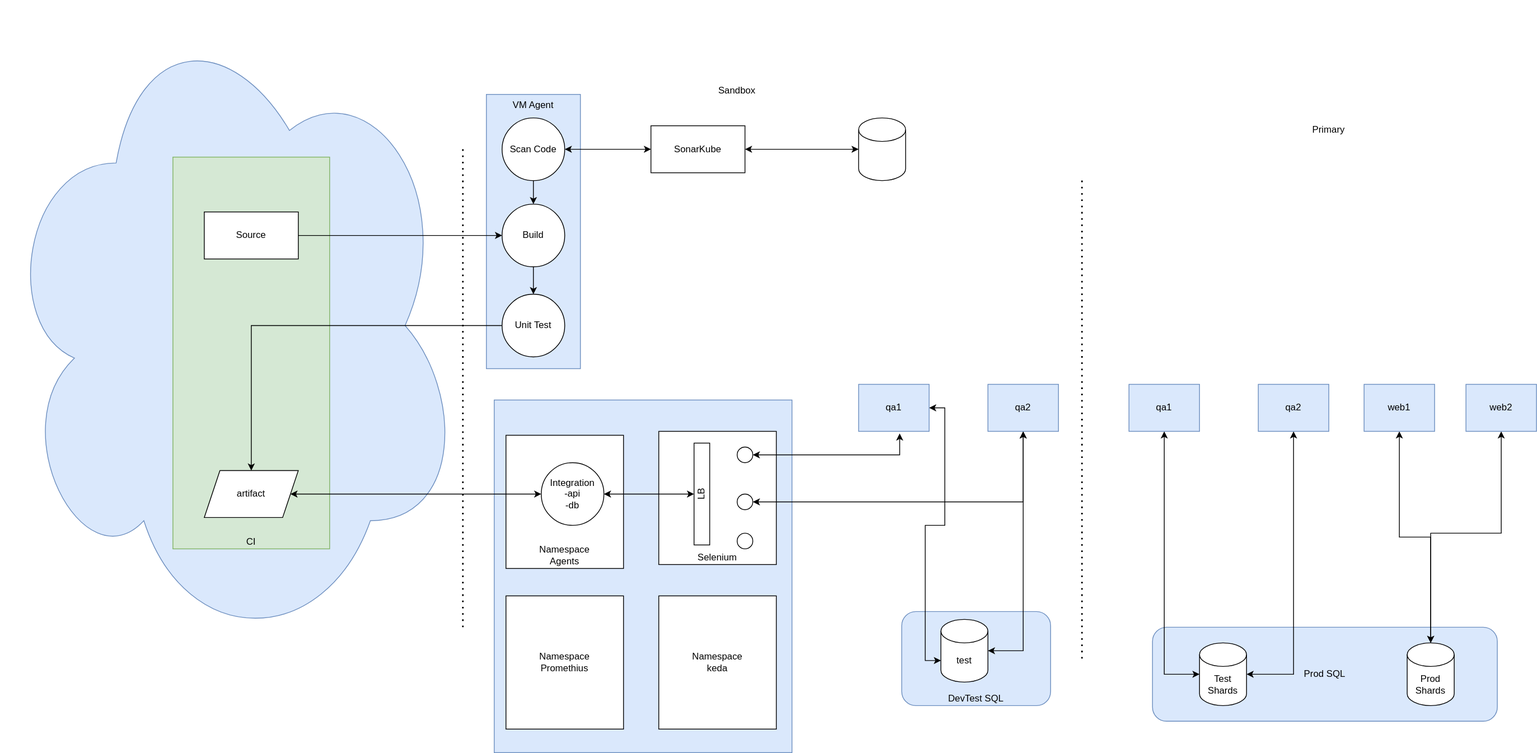
The draw.io diagram infra/agentsinfrastructureunderstanding.svg in vjavle/invoicecloud, before a commit. Source tidied: cells renumbered, new cells last; positions are measured from the earlier drawing's top-left corner, leaving out a move shared by most shapes.
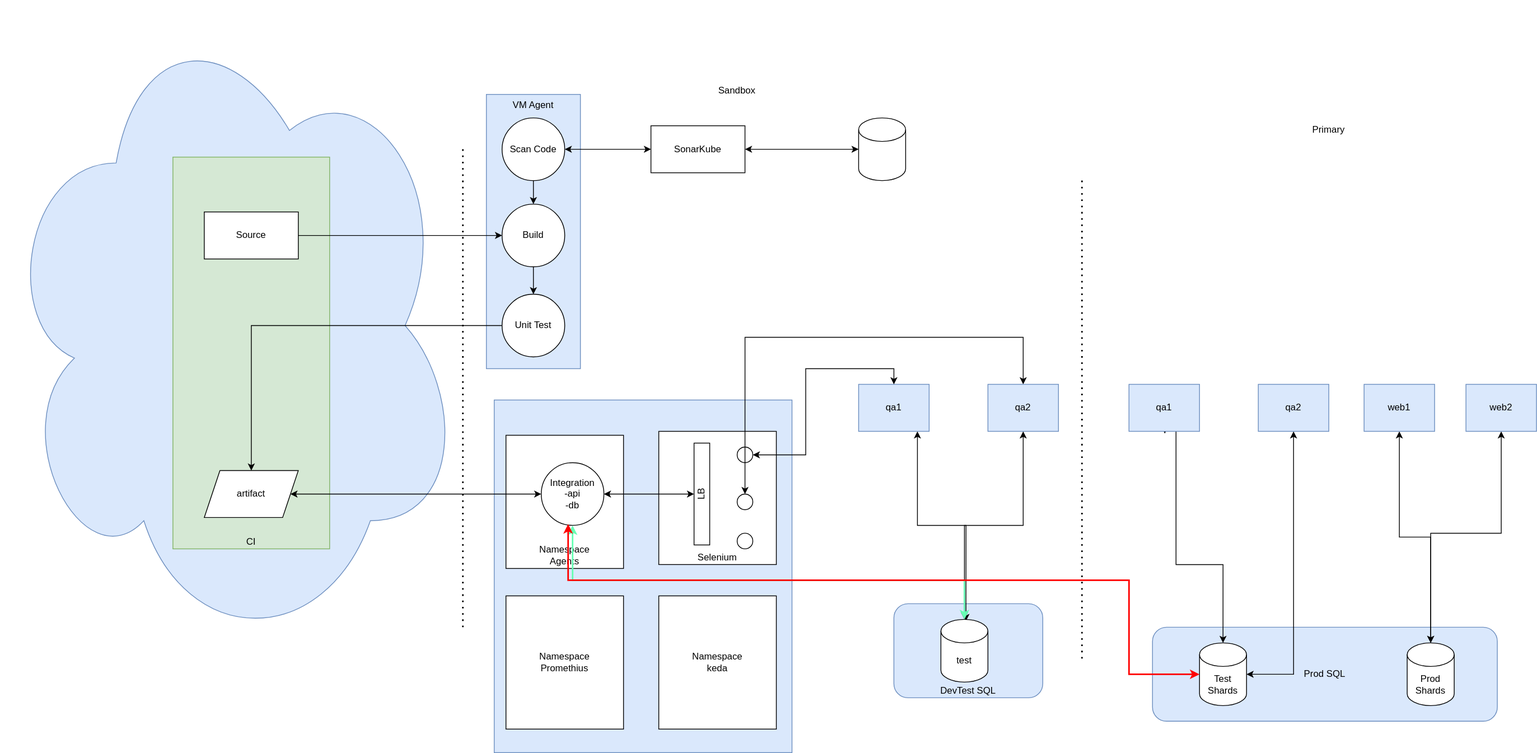
After the change.

Diff of the diagram source:
```diff
@@ -3,7 +3,7 @@
     <mxCell id="0" />
     <mxCell id="1" parent="0" />
     <mxCell id="2" value="DevTest SQL" style="rounded=1;whiteSpace=wrap;html=1;fillColor=#dae8fc;strokeColor=#6c8ebf;verticalAlign=bottom;" parent="1" vertex="1">
-      <mxGeometry x="1150" y="780" width="190" height="120" as="geometry" />
+      <mxGeometry x="1140" y="770" width="190" height="120" as="geometry" />
     </mxCell>
     <mxCell id="3" value="Prod SQL" style="rounded=1;whiteSpace=wrap;html=1;fillColor=#dae8fc;strokeColor=#6c8ebf;" parent="1" vertex="1">
       <mxGeometry x="1470" y="800" width="440" height="120" as="geometry" />
@@ -50,8 +50,13 @@
     <mxCell id="16" value="artifact" style="shape=parallelogram;perimeter=parallelogramPerimeter;whiteSpace=wrap;html=1;fixedSize=1;" parent="1" vertex="1">
       <mxGeometry x="260" y="600" width="120" height="60" as="geometry" />
     </mxCell>
-    <mxCell id="17" style="edgeStyle=orthogonalEdgeStyle;rounded=0;jettySize=auto;html=1;startArrow=classic;startFill=1;entryX=0;entryY=0;entryDx=0;entryDy=52.5;entryPerimeter=0;" parent="1" edge="1" source="18" target="36">
-      <mxGeometry relative="1" as="geometry" />
+    <mxCell id="17" style="edgeStyle=orthogonalEdgeStyle;rounded=0;jettySize=auto;html=1;startArrow=classic;startFill=1;entryX=0.533;entryY=0.026;entryDx=0;entryDy=0;entryPerimeter=0;" parent="1" edge="1" source="18" target="36">
+      <mxGeometry relative="1" as="geometry">
+        <Array as="points">
+          <mxPoint x="1170" y="670" />
+          <mxPoint x="1232" y="670" />
+        </Array>
+      </mxGeometry>
     </mxCell>
     <mxCell id="18" value="qa1" style="rounded=0;whiteSpace=wrap;html=1;fillColor=#dae8fc;strokeColor=#6c8ebf;" parent="1" vertex="1">
       <mxGeometry x="1095" y="490" width="90" height="60" as="geometry" />
@@ -77,14 +82,19 @@
     <mxCell id="25" style="shape=cylinder3;whiteSpace=wrap;html=1;boundedLbl=1;backgroundOutline=1;size=15;" parent="1" vertex="1">
       <mxGeometry x="1095" y="150" width="60" height="80" as="geometry" />
     </mxCell>
-    <mxCell id="26" style="edgeStyle=orthogonalEdgeStyle;rounded=0;jettySize=auto;html=1;entryX=0.582;entryY=1.045;entryDx=0;entryDy=0;entryPerimeter=0;startArrow=classic;startFill=1;" parent="1" edge="1" source="27" target="18">
+    <mxCell id="26" style="edgeStyle=orthogonalEdgeStyle;rounded=0;jettySize=auto;html=1;entryX=0.5;entryY=0;entryDx=0;entryDy=0;startArrow=classic;startFill=1;" parent="1" edge="1" source="27" target="18">
       <mxGeometry relative="1" as="geometry" />
     </mxCell>
     <mxCell id="27" style="ellipse;whiteSpace=wrap;html=1;" parent="1" vertex="1">
       <mxGeometry x="940" y="570" width="20" height="20" as="geometry" />
     </mxCell>
     <mxCell id="28" style="edgeStyle=orthogonalEdgeStyle;rounded=0;jettySize=auto;html=1;startArrow=classic;startFill=1;" parent="1" edge="1" source="29" target="33">
-      <mxGeometry relative="1" as="geometry" />
+      <mxGeometry relative="1" as="geometry">
+        <Array as="points">
+          <mxPoint x="950" y="430" />
+          <mxPoint x="1305" y="430" />
+        </Array>
+      </mxGeometry>
     </mxCell>
     <mxCell id="29" style="ellipse;whiteSpace=wrap;html=1;" parent="1" vertex="1">
       <mxGeometry x="940" y="630" width="20" height="20" as="geometry" />
@@ -95,7 +105,7 @@
     <mxCell id="31" value="LB" style="rounded=0;whiteSpace=wrap;html=1;rotation=-90;" parent="1" vertex="1">
       <mxGeometry x="830" y="620" width="130" height="20" as="geometry" />
     </mxCell>
-    <mxCell id="32" style="edgeStyle=orthogonalEdgeStyle;rounded=0;jettySize=auto;html=1;entryX=1;entryY=0.5;entryDx=0;entryDy=0;entryPerimeter=0;startArrow=classic;startFill=1;" parent="1" edge="1" source="33" target="36">
+    <mxCell id="32" style="edgeStyle=orthogonalEdgeStyle;rounded=0;jettySize=auto;html=1;startArrow=classic;startFill=1;" parent="1" edge="1" source="33" target="36">
       <mxGeometry relative="1" as="geometry" />
     </mxCell>
     <mxCell id="33" value="qa2" style="rounded=0;whiteSpace=wrap;html=1;fillColor=#dae8fc;strokeColor=#6c8ebf;" parent="1" vertex="1">
@@ -110,10 +120,13 @@
     <mxCell id="36" value="test" style="shape=cylinder3;whiteSpace=wrap;html=1;boundedLbl=1;backgroundOutline=1;size=15;" parent="1" vertex="1">
       <mxGeometry x="1200" y="790" width="60" height="80" as="geometry" />
     </mxCell>
-    <mxCell id="37" style="edgeStyle=orthogonalEdgeStyle;rounded=0;jettySize=auto;html=1;startArrow=classic;startFill=1;" parent="1" edge="1" source="38" target="42">
+    <mxCell id="37" style="edgeStyle=orthogonalEdgeStyle;rounded=0;jettySize=auto;html=1;startArrow=classic;startFill=1;entryX=0.5;entryY=0;entryDx=0;entryDy=0;entryPerimeter=0;exitX=0.508;exitY=1.047;exitDx=0;exitDy=0;exitPerimeter=0;" parent="1" edge="1" source="38" target="42">
       <mxGeometry relative="1" as="geometry">
         <Array as="points">
-          <mxPoint x="1485" y="860" />
+          <mxPoint x="1486" y="520" />
+          <mxPoint x="1500" y="520" />
+          <mxPoint x="1500" y="720" />
+          <mxPoint x="1560" y="720" />
         </Array>
       </mxGeometry>
     </mxCell>
@@ -174,5 +187,22 @@
     <mxCell id="52" value="Prod Shards" style="shape=cylinder3;whiteSpace=wrap;html=1;boundedLbl=1;backgroundOutline=1;size=15;" parent="1" vertex="1">
       <mxGeometry x="1795" y="820" width="60" height="80" as="geometry" />
     </mxCell>
+    <mxCell id="53" style="endArrow=classic;startArrow=classic;html=1;rounded=0;edgeStyle=orthogonalEdgeStyle;strokeColor=#66FFB3;strokeWidth=2;" parent="1" edge="1" source="22" target="36">
+      <mxGeometry relative="1" as="geometry">
+        <Array as="points">
+          <mxPoint x="730" y="740" />
+          <mxPoint x="1230" y="740" />
+        </Array>
+      </mxGeometry>
+    </mxCell>
+    <mxCell id="54" style="endArrow=classic;startArrow=classic;html=1;rounded=0;strokeColor=#FF0000;strokeWidth=2;exitX=0.429;exitY=0.979;exitDx=0;exitDy=0;exitPerimeter=0;edgeStyle=orthogonalEdgeStyle;" parent="1" edge="1" source="22" target="42">
+      <mxGeometry relative="1" as="geometry">
+        <Array as="points">
+          <mxPoint x="724" y="740" />
+          <mxPoint x="1440" y="740" />
+          <mxPoint x="1440" y="860" />
+        </Array>
+      </mxGeometry>
+    </mxCell>
   </root>
 </mxGraphModel>
```
